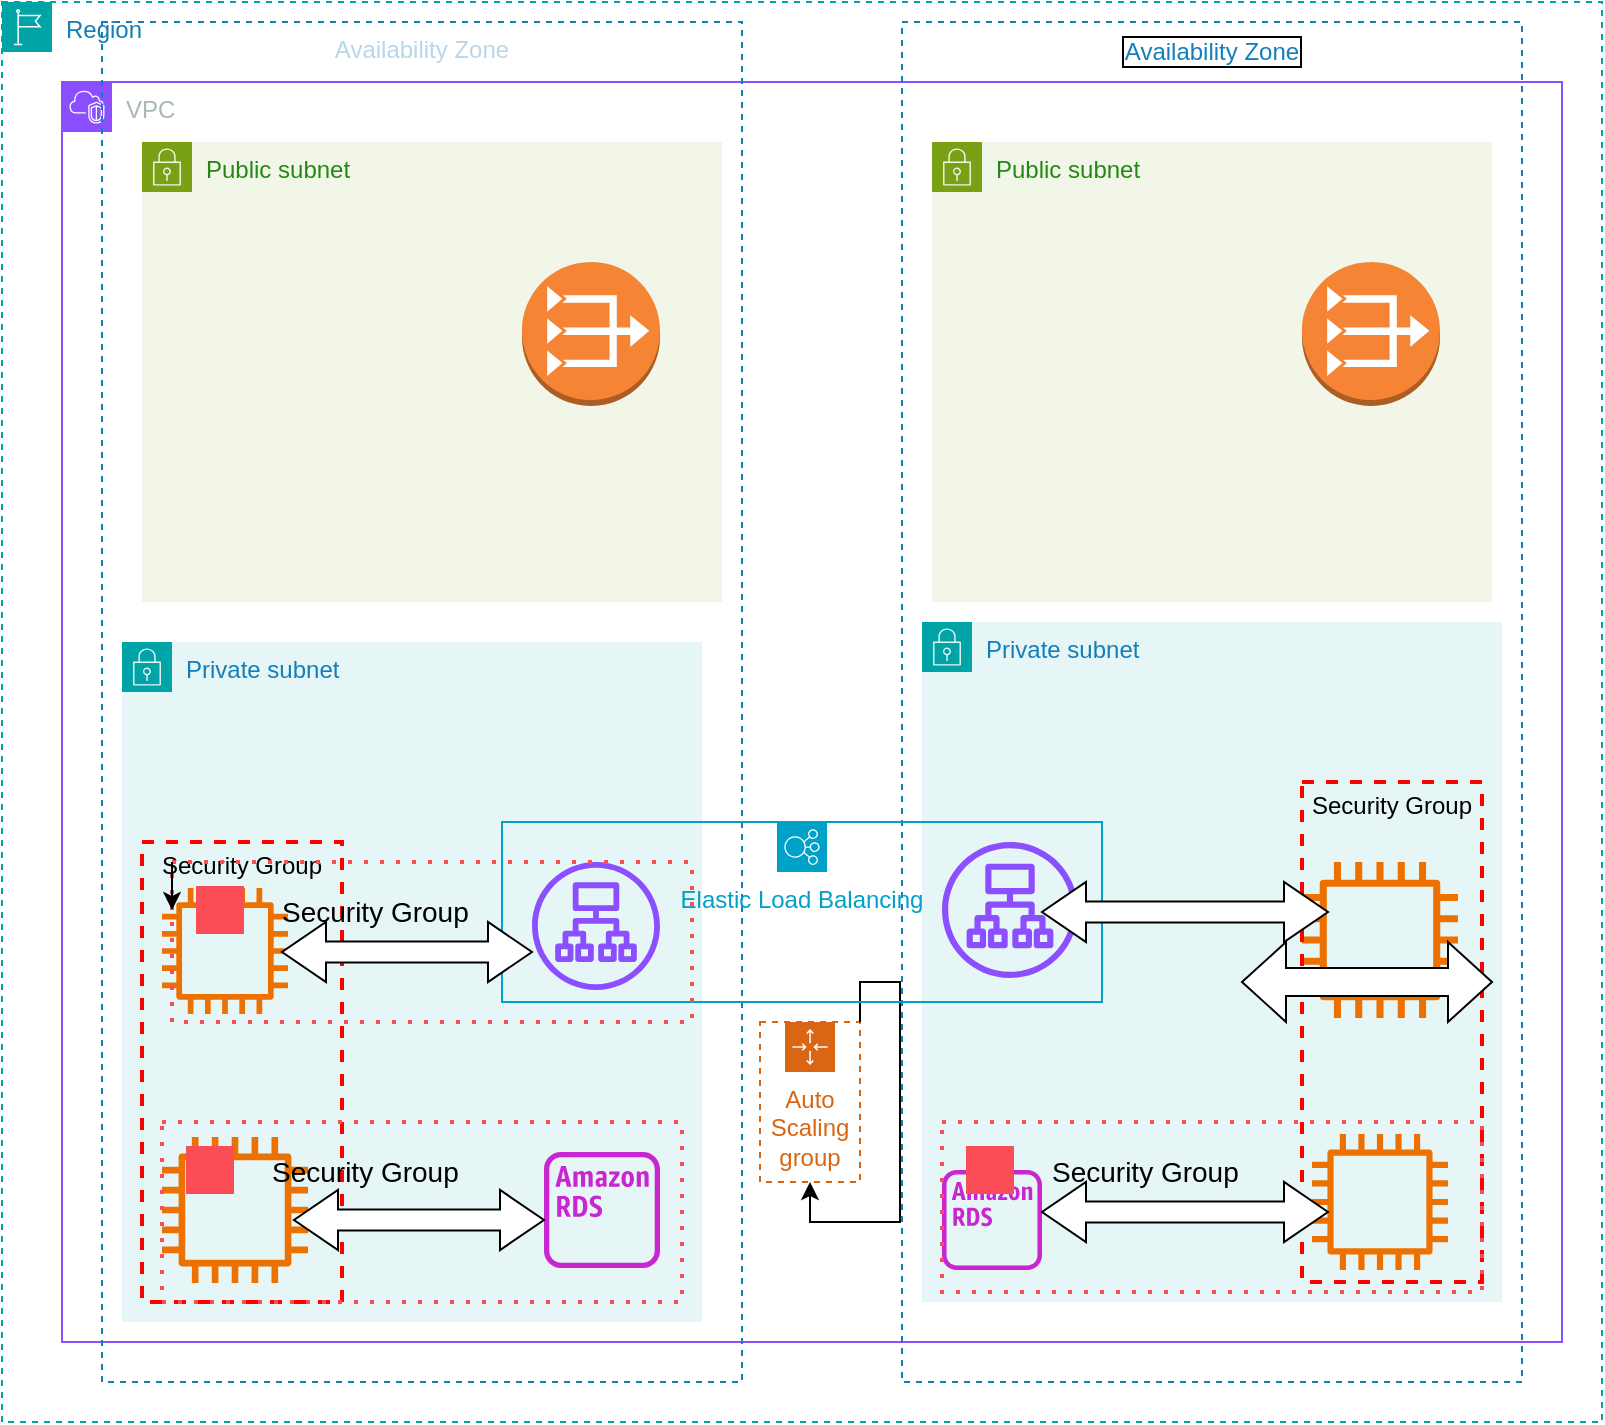
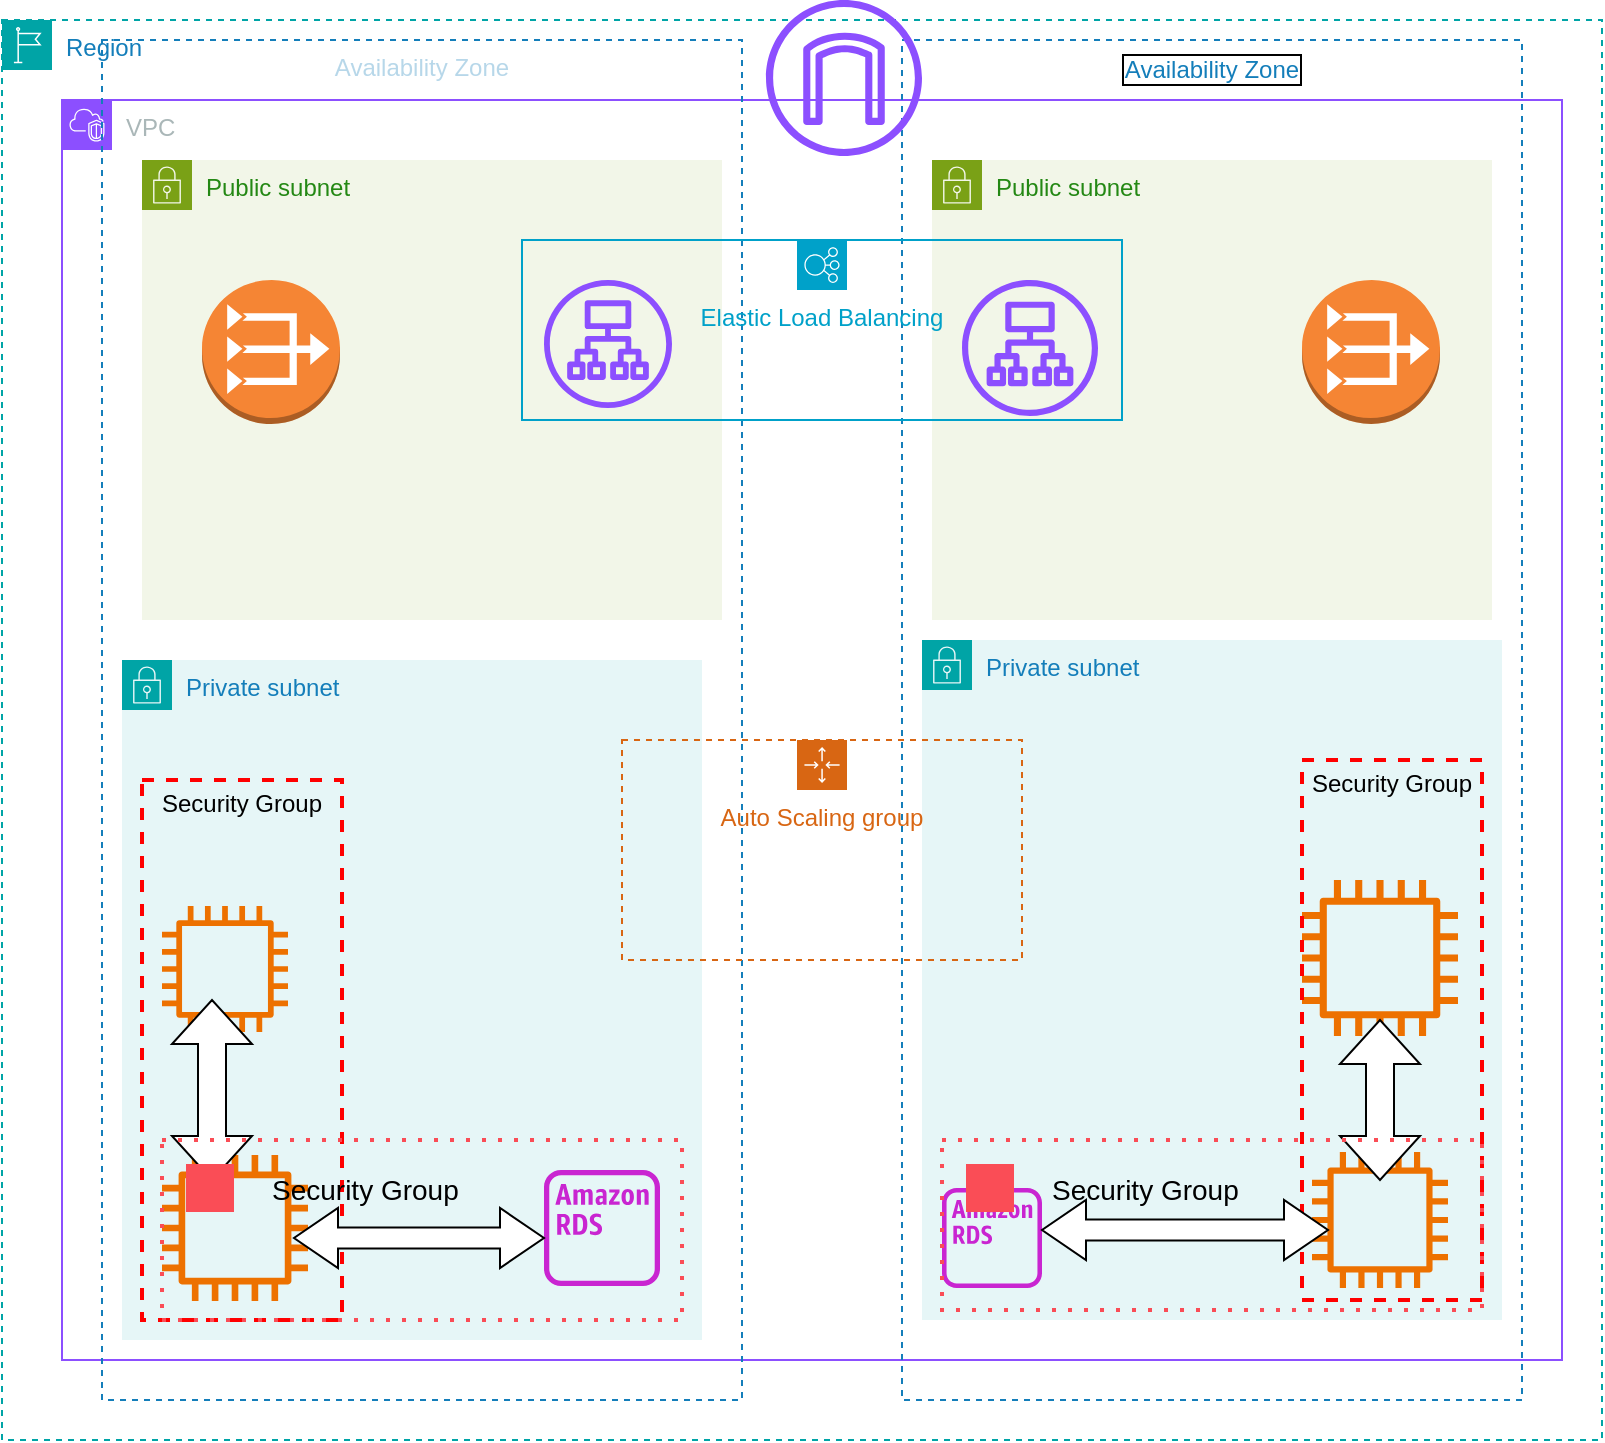
<mxfile host="app.diagrams.net">
  <diagram name="Page-1" id="BUnj-SovnAgL4HItwGfW">
    <mxGraphModel dx="1387" dy="764" grid="1" gridSize="10" guides="1" tooltips="1" connect="1" arrows="1" fold="1" page="1" pageScale="1" pageWidth="827" pageHeight="1169" background="light-dark(#FFFFFF,#FFFFFF)" math="0" shadow="0">
      <root>
        <mxCell id="0" />
        <mxCell id="1" parent="0" />
        <mxCell id="-f1VzxNT4uySZR46Qj1q-65" parent="1" style="points=[[0,0],[0.25,0],[0.5,0],[0.75,0],[1,0],[1,0.25],[1,0.5],[1,0.75],[1,1],[0.75,1],[0.5,1],[0.25,1],[0,1],[0,0.75],[0,0.5],[0,0.25]];outlineConnect=0;gradientColor=none;html=1;whiteSpace=wrap;fontSize=12;fontStyle=0;container=1;pointerEvents=0;collapsible=0;recursiveResize=0;shape=mxgraph.aws4.group;grIcon=mxgraph.aws4.group_region;strokeColor=#00A4A6;fillColor=none;verticalAlign=top;align=left;spacingLeft=30;fontColor=#147EBA;dashed=1;" value="Region" vertex="1">
          <mxGeometry height="710" width="800" x="10" y="10" as="geometry" />
        </mxCell>
        <mxCell id="-f1VzxNT4uySZR46Qj1q-66" parent="1" style="points=[[0,0],[0.25,0],[0.5,0],[0.75,0],[1,0],[1,0.25],[1,0.5],[1,0.75],[1,1],[0.75,1],[0.5,1],[0.25,1],[0,1],[0,0.75],[0,0.5],[0,0.25]];outlineConnect=0;gradientColor=none;html=1;whiteSpace=wrap;fontSize=12;fontStyle=0;container=1;pointerEvents=0;collapsible=0;recursiveResize=0;shape=mxgraph.aws4.group;grIcon=mxgraph.aws4.group_vpc2;strokeColor=#8C4FFF;fillColor=none;verticalAlign=top;align=left;spacingLeft=30;fontColor=#AAB7B8;dashed=0;" value="VPC" vertex="1">
          <mxGeometry height="630" width="750" x="40" y="50" as="geometry" />
        </mxCell>
-         <mxCell id="-f1VzxNT4uySZR46Qj1q-110" parent="-f1VzxNT4uySZR46Qj1q-66" style="points=[[0,0],[0.25,0],[0.5,0],[0.75,0],[1,0],[1,0.25],[1,0.5],[1,0.75],[1,1],[0.75,1],[0.5,1],[0.25,1],[0,1],[0,0.75],[0,0.5],[0,0.25]];outlineConnect=0;gradientColor=none;html=1;whiteSpace=wrap;fontSize=12;fontStyle=0;container=1;pointerEvents=0;collapsible=0;recursiveResize=0;shape=mxgraph.aws4.groupCenter;grIcon=mxgraph.aws4.group_auto_scaling_group;grStroke=1;strokeColor=#D86613;fillColor=none;verticalAlign=top;align=center;fontColor=#D86613;dashed=1;spacingTop=25;" value="Auto Scaling group" vertex="1">
-           <mxGeometry height="80" width="50" x="349" y="470" as="geometry" />
-         </mxCell>
-         <mxCell id="-f1VzxNT4uySZR46Qj1q-111" edge="1" parent="-f1VzxNT4uySZR46Qj1q-66" source="-f1VzxNT4uySZR46Qj1q-110" style="edgeStyle=orthogonalEdgeStyle;rounded=0;orthogonalLoop=1;jettySize=auto;html=1;innerLoopWaypoints=1;exitX=1;exitY=0;exitDx=0;exitDy=0;" target="-f1VzxNT4uySZR46Qj1q-110">
-           <mxGeometry relative="1" as="geometry" />
-         </mxCell>
-         <mxCell id="-f1VzxNT4uySZR46Qj1q-67" parent="1" style="fillColor=none;strokeColor=#147EBA;dashed=1;verticalAlign=top;fontStyle=0;fontColor=#147EBA;whiteSpace=wrap;html=1;textOpacity=30;" value="Availability Zone" vertex="1">
+         <mxCell id="-f1VzxNT4uySZR46Qj1q-67" parent="1" style="fillColor=none;strokeColor=#147EBA;dashed=1;verticalAlign=top;fontStyle=0;fontColor=light-dark(#147EBA,#99004D);whiteSpace=wrap;html=1;textOpacity=30;" value="Availability Zone" vertex="1">
          <mxGeometry height="680" width="320" x="60" y="20" as="geometry" />
        </mxCell>
        <mxCell id="-f1VzxNT4uySZR46Qj1q-68" parent="1" style="fillColor=none;strokeColor=#147EBA;dashed=1;verticalAlign=top;fontStyle=0;fontColor=light-dark(#147EBA,#CC0000);whiteSpace=wrap;html=1;labelBorderColor=light-dark(#000000,#FF0080);labelBackgroundColor=none;" value="Availability Zone" vertex="1">
          <mxGeometry height="680" width="310" x="460" y="20" as="geometry" />
        </mxCell>
        <mxCell id="-f1VzxNT4uySZR46Qj1q-70" parent="1" style="points=[[0,0],[0.25,0],[0.5,0],[0.75,0],[1,0],[1,0.25],[1,0.5],[1,0.75],[1,1],[0.75,1],[0.5,1],[0.25,1],[0,1],[0,0.75],[0,0.5],[0,0.25]];outlineConnect=0;gradientColor=none;html=1;whiteSpace=wrap;fontSize=12;fontStyle=0;container=1;pointerEvents=0;collapsible=0;recursiveResize=0;shape=mxgraph.aws4.group;grIcon=mxgraph.aws4.group_security_group;grStroke=0;strokeColor=#00A4A6;fillColor=#E6F6F7;verticalAlign=top;align=left;spacingLeft=30;fontColor=#147EBA;dashed=0;" value="Private subnet" vertex="1">
          <mxGeometry height="340" width="290" x="470" y="320" as="geometry" />
        </mxCell>
        <mxCell id="-f1VzxNT4uySZR46Qj1q-87" parent="-f1VzxNT4uySZR46Qj1q-70" style="sketch=0;outlineConnect=0;fontColor=#232F3E;gradientColor=none;fillColor=#ED7100;strokeColor=none;dashed=0;verticalLabelPosition=bottom;verticalAlign=top;align=center;html=1;fontSize=12;fontStyle=0;aspect=fixed;pointerEvents=1;shape=mxgraph.aws4.instance2;" value="" vertex="1">
          <mxGeometry height="78" width="78" x="190" y="120" as="geometry" />
        </mxCell>
        <mxCell id="-f1VzxNT4uySZR46Qj1q-88" parent="-f1VzxNT4uySZR46Qj1q-70" style="sketch=0;outlineConnect=0;fontColor=#232F3E;gradientColor=none;fillColor=#ED7100;strokeColor=none;dashed=0;verticalLabelPosition=bottom;verticalAlign=top;align=center;html=1;fontSize=12;fontStyle=0;aspect=fixed;pointerEvents=1;shape=mxgraph.aws4.instance2;" value="" vertex="1">
          <mxGeometry height="68" width="68" x="195" y="256" as="geometry" />
        </mxCell>
        <mxCell id="-f1VzxNT4uySZR46Qj1q-90" parent="-f1VzxNT4uySZR46Qj1q-70" style="sketch=0;outlineConnect=0;fontColor=#232F3E;gradientColor=none;fillColor=#C925D1;strokeColor=none;dashed=0;verticalLabelPosition=bottom;verticalAlign=top;align=center;html=1;fontSize=12;fontStyle=0;aspect=fixed;pointerEvents=1;shape=mxgraph.aws4.rds_instance_alt;" value="" vertex="1">
          <mxGeometry height="50" width="50" x="10" y="274" as="geometry" />
        </mxCell>
-         <mxCell id="-f1VzxNT4uySZR46Qj1q-92" parent="-f1VzxNT4uySZR46Qj1q-70" style="sketch=0;outlineConnect=0;fontColor=#232F3E;gradientColor=none;fillColor=#8C4FFF;strokeColor=none;dashed=0;verticalLabelPosition=bottom;verticalAlign=top;align=center;html=1;fontSize=12;fontStyle=0;aspect=fixed;pointerEvents=1;shape=mxgraph.aws4.application_load_balancer;" value="" vertex="1">
-           <mxGeometry height="68" width="68" x="10" y="110" as="geometry" />
+         <mxCell id="-f1VzxNT4uySZR46Qj1q-100" parent="-f1VzxNT4uySZR46Qj1q-70" style="fontStyle=0;verticalAlign=top;align=center;spacingTop=-2;fillColor=none;rounded=0;whiteSpace=wrap;html=1;strokeColor=#FF0000;strokeWidth=2;dashed=1;container=1;collapsible=0;expand=0;recursiveResize=0;" value="Security Group" vertex="1">
+           <mxGeometry height="270" width="90" x="190" y="60" as="geometry" />
        </mxCell>
-         <mxCell id="-f1VzxNT4uySZR46Qj1q-100" parent="-f1VzxNT4uySZR46Qj1q-70" style="fontStyle=0;verticalAlign=top;align=center;spacingTop=-2;fillColor=none;rounded=0;whiteSpace=wrap;html=1;strokeColor=#FF0000;strokeWidth=2;dashed=1;container=1;collapsible=0;expand=0;recursiveResize=0;" value="Security Group" vertex="1">
-           <mxGeometry height="250" width="90" x="190" y="80" as="geometry" />
-         </mxCell>
-         <mxCell id="-f1VzxNT4uySZR46Qj1q-130" parent="-f1VzxNT4uySZR46Qj1q-100" style="html=1;shadow=0;dashed=0;align=center;verticalAlign=middle;shape=mxgraph.arrows2.twoWayArrow;dy=0.65;dx=22;" value="" vertex="1">
-           <mxGeometry height="40" width="125" x="-30" y="80" as="geometry" />
+         <mxCell id="-f1VzxNT4uySZR46Qj1q-130" parent="-f1VzxNT4uySZR46Qj1q-100" style="html=1;shadow=0;dashed=0;align=center;verticalAlign=middle;shape=mxgraph.arrows2.twoWayArrow;dy=0.65;dx=22;direction=south;" value="" vertex="1">
+           <mxGeometry height="80" width="40" x="19" y="130" as="geometry" />
        </mxCell>
        <mxCell id="-f1VzxNT4uySZR46Qj1q-71" parent="1" style="points=[[0,0],[0.25,0],[0.5,0],[0.75,0],[1,0],[1,0.25],[1,0.5],[1,0.75],[1,1],[0.75,1],[0.5,1],[0.25,1],[0,1],[0,0.75],[0,0.5],[0,0.25]];outlineConnect=0;gradientColor=none;html=1;whiteSpace=wrap;fontSize=12;fontStyle=0;container=1;pointerEvents=0;collapsible=0;recursiveResize=0;shape=mxgraph.aws4.group;grIcon=mxgraph.aws4.group_security_group;grStroke=0;strokeColor=#7AA116;fillColor=#F2F6E8;verticalAlign=top;align=left;spacingLeft=30;fontColor=#248814;dashed=0;" value="Public subnet" vertex="1">
          <mxGeometry height="230" width="290" x="80" y="80" as="geometry" />
        </mxCell>
        <mxCell id="-f1VzxNT4uySZR46Qj1q-74" parent="-f1VzxNT4uySZR46Qj1q-71" style="outlineConnect=0;dashed=0;verticalLabelPosition=bottom;verticalAlign=top;align=center;html=1;shape=mxgraph.aws3.vpc_nat_gateway;fillColor=#F58534;gradientColor=none;" value="" vertex="1">
-           <mxGeometry height="72" width="69" x="190" y="60" as="geometry" />
+           <mxGeometry height="72" width="69" x="30" y="60" as="geometry" />
        </mxCell>
        <mxCell id="-f1VzxNT4uySZR46Qj1q-72" parent="1" style="points=[[0,0],[0.25,0],[0.5,0],[0.75,0],[1,0],[1,0.25],[1,0.5],[1,0.75],[1,1],[0.75,1],[0.5,1],[0.25,1],[0,1],[0,0.75],[0,0.5],[0,0.25]];outlineConnect=0;gradientColor=none;html=1;whiteSpace=wrap;fontSize=12;fontStyle=0;container=1;pointerEvents=0;collapsible=0;recursiveResize=0;shape=mxgraph.aws4.group;grIcon=mxgraph.aws4.group_security_group;grStroke=0;strokeColor=#7AA116;fillColor=#F2F6E8;verticalAlign=top;align=left;spacingLeft=30;fontColor=#248814;dashed=0;" value="Public subnet" vertex="1">
          <mxGeometry height="230" width="280" x="475" y="80" as="geometry" />
        </mxCell>
        <mxCell id="-f1VzxNT4uySZR46Qj1q-75" parent="-f1VzxNT4uySZR46Qj1q-72" style="outlineConnect=0;dashed=0;verticalLabelPosition=bottom;verticalAlign=top;align=center;html=1;shape=mxgraph.aws3.vpc_nat_gateway;fillColor=#F58534;gradientColor=none;" value="" vertex="1">
          <mxGeometry height="72" width="69" x="185" y="60" as="geometry" />
        </mxCell>
        <mxCell id="-f1VzxNT4uySZR46Qj1q-82" parent="1" style="points=[[0,0],[0.25,0],[0.5,0],[0.75,0],[1,0],[1,0.25],[1,0.5],[1,0.75],[1,1],[0.75,1],[0.5,1],[0.25,1],[0,1],[0,0.75],[0,0.5],[0,0.25]];outlineConnect=0;gradientColor=none;html=1;whiteSpace=wrap;fontSize=12;fontStyle=0;container=1;pointerEvents=0;collapsible=0;recursiveResize=0;shape=mxgraph.aws4.group;grIcon=mxgraph.aws4.group_security_group;grStroke=0;strokeColor=#00A4A6;fillColor=#E6F6F7;verticalAlign=top;align=left;spacingLeft=30;fontColor=#147EBA;dashed=0;" value="Private subnet" vertex="1">
          <mxGeometry height="340" width="290" x="70" y="330" as="geometry" />
        </mxCell>
        <mxCell id="-f1VzxNT4uySZR46Qj1q-85" parent="-f1VzxNT4uySZR46Qj1q-82" style="sketch=0;outlineConnect=0;fontColor=#232F3E;gradientColor=none;fillColor=#ED7100;strokeColor=none;dashed=0;verticalLabelPosition=bottom;verticalAlign=top;align=center;html=1;fontSize=12;fontStyle=0;aspect=fixed;pointerEvents=1;shape=mxgraph.aws4.instance2;" value="" vertex="1">
          <mxGeometry height="63" width="63" x="20" y="123" as="geometry" />
        </mxCell>
        <mxCell id="-f1VzxNT4uySZR46Qj1q-86" parent="-f1VzxNT4uySZR46Qj1q-82" style="sketch=0;outlineConnect=0;fontColor=#232F3E;gradientColor=none;fillColor=#ED7100;strokeColor=none;dashed=0;verticalLabelPosition=bottom;verticalAlign=top;align=center;html=1;fontSize=12;fontStyle=0;aspect=fixed;pointerEvents=1;shape=mxgraph.aws4.instance2;" value="" vertex="1">
          <mxGeometry height="73" width="73" x="20" y="247.5" as="geometry" />
        </mxCell>
        <mxCell id="-f1VzxNT4uySZR46Qj1q-89" parent="-f1VzxNT4uySZR46Qj1q-82" style="sketch=0;outlineConnect=0;fontColor=#232F3E;gradientColor=none;fillColor=#C925D1;strokeColor=none;dashed=0;verticalLabelPosition=bottom;verticalAlign=top;align=center;html=1;fontSize=12;fontStyle=0;aspect=fixed;pointerEvents=1;shape=mxgraph.aws4.rds_instance_alt;" value="" vertex="1">
          <mxGeometry height="58" width="58" x="211" y="255" as="geometry" />
        </mxCell>
-         <mxCell id="-f1VzxNT4uySZR46Qj1q-91" parent="-f1VzxNT4uySZR46Qj1q-82" style="sketch=0;outlineConnect=0;fontColor=#232F3E;gradientColor=none;fillColor=#8C4FFF;strokeColor=none;dashed=0;verticalLabelPosition=bottom;verticalAlign=top;align=center;html=1;fontSize=12;fontStyle=0;aspect=fixed;pointerEvents=1;shape=mxgraph.aws4.application_load_balancer;" value="" vertex="1">
-           <mxGeometry height="64" width="64" x="205" y="110" as="geometry" />
+         <mxCell id="-f1VzxNT4uySZR46Qj1q-101" parent="1" style="fontStyle=0;verticalAlign=top;align=center;spacingTop=-2;fillColor=none;rounded=0;whiteSpace=wrap;html=1;strokeColor=#FF0000;strokeWidth=2;dashed=1;container=1;collapsible=0;expand=0;recursiveResize=0;" value="Security Group" vertex="1">
+           <mxGeometry height="270" width="100" x="80" y="390" as="geometry" />
        </mxCell>
-         <mxCell id="-f1VzxNT4uySZR46Qj1q-101" parent="1" style="fontStyle=0;verticalAlign=top;align=center;spacingTop=-2;fillColor=none;rounded=0;whiteSpace=wrap;html=1;strokeColor=#FF0000;strokeWidth=2;dashed=1;container=1;collapsible=0;expand=0;recursiveResize=0;" value="Security Group" vertex="1">
-           <mxGeometry height="230" width="100" x="80" y="430" as="geometry" />
+         <mxCell id="-f1VzxNT4uySZR46Qj1q-132" parent="-f1VzxNT4uySZR46Qj1q-101" style="html=1;shadow=0;dashed=0;align=center;verticalAlign=middle;shape=mxgraph.arrows2.twoWayArrow;dy=0.65;dx=22;direction=south;" value="" vertex="1">
+           <mxGeometry height="90" width="40" x="15" y="110" as="geometry" />
        </mxCell>
        <mxCell id="-f1VzxNT4uySZR46Qj1q-102" parent="1" style="container=1;collapsible=0;expand=0;recursiveResize=0;html=1;whiteSpace=wrap;strokeColor=#FA4D56;fillColor=none;dashed=1;dashPattern=1 3;strokeWidth=2" value="" vertex="1">
          <mxGeometry height="90" width="260" x="90" y="570" as="geometry" />
        </mxCell>
        <mxCell id="-f1VzxNT4uySZR46Qj1q-103" parent="-f1VzxNT4uySZR46Qj1q-102" style="shape=rect;fillColor=none;aspect=fixed;resizable=0;labelPosition=right;verticalLabelPosition=middle;align=left;verticalAlign=middle;strokeColor=none;part=1;spacingLeft=5;fontSize=14;" value="Security Group" vertex="1">
          <mxGeometry height="48" relative="1" width="48" as="geometry" />
        </mxCell>
        <mxCell id="-f1VzxNT4uySZR46Qj1q-104" parent="-f1VzxNT4uySZR46Qj1q-103" style="fillColor=#FA4D56;shape=mxgraph.ibm_cloud.group--security;strokeColor=none;dashed=0;outlineConnect=0;html=1;labelPosition=center;verticalLabelPosition=bottom;verticalAlign=top;part=1;movable=0;resizable=0;rotatable=0;" value="" vertex="1">
          <mxGeometry height="24" relative="1" width="24" as="geometry">
            <mxPoint x="12" y="12" as="offset" />
          </mxGeometry>
        </mxCell>
        <mxCell id="-f1VzxNT4uySZR46Qj1q-122" parent="-f1VzxNT4uySZR46Qj1q-102" style="html=1;shadow=0;dashed=0;align=center;verticalAlign=middle;shape=mxgraph.arrows2.twoWayArrow;dy=0.65;dx=22;autosizeText=0;spacing=1;textOpacity=50;" value="" vertex="1">
          <mxGeometry height="30" width="125" x="66" y="34" as="geometry" />
        </mxCell>
        <mxCell id="-f1VzxNT4uySZR46Qj1q-105" parent="1" style="container=1;collapsible=0;expand=0;recursiveResize=0;html=1;whiteSpace=wrap;strokeColor=#FA4D56;fillColor=none;dashed=1;dashPattern=1 3;strokeWidth=2" value="" vertex="1">
          <mxGeometry height="85" width="270" x="480" y="570" as="geometry" />
        </mxCell>
        <mxCell id="-f1VzxNT4uySZR46Qj1q-106" parent="-f1VzxNT4uySZR46Qj1q-105" style="shape=rect;fillColor=none;aspect=fixed;resizable=0;labelPosition=right;verticalLabelPosition=middle;align=left;verticalAlign=middle;strokeColor=none;part=1;spacingLeft=5;fontSize=14;" value="Security Group" vertex="1">
          <mxGeometry height="48" relative="1" width="48" as="geometry" />
        </mxCell>
        <mxCell id="-f1VzxNT4uySZR46Qj1q-107" parent="-f1VzxNT4uySZR46Qj1q-106" style="fillColor=#FA4D56;shape=mxgraph.ibm_cloud.group--security;strokeColor=none;dashed=0;outlineConnect=0;html=1;labelPosition=center;verticalLabelPosition=bottom;verticalAlign=top;part=1;movable=0;resizable=0;rotatable=0;" value="" vertex="1">
          <mxGeometry height="24" relative="1" width="24" as="geometry">
            <mxPoint x="12" y="12" as="offset" />
          </mxGeometry>
        </mxCell>
        <mxCell id="-f1VzxNT4uySZR46Qj1q-123" parent="-f1VzxNT4uySZR46Qj1q-105" style="html=1;shadow=0;dashed=0;align=center;verticalAlign=middle;shape=mxgraph.arrows2.twoWayArrow;dy=0.65;dx=22;autosizeText=0;spacing=1;textOpacity=50;" value="" vertex="1">
          <mxGeometry height="30" width="143" x="50" y="30" as="geometry" />
        </mxCell>
-         <mxCell id="-f1VzxNT4uySZR46Qj1q-109" parent="1" style="sketch=0;outlineConnect=0;gradientColor=none;html=1;whiteSpace=wrap;fontSize=12;fontStyle=0;shape=mxgraph.aws4.groupCenter;grIcon=mxgraph.aws4.group_elastic_load_balancing;grStroke=1;strokeColor=#00A1C9;fillColor=none;verticalAlign=top;align=center;fontColor=#00A1C9;dashed=0;spacingTop=25;" value="Elastic Load Balancing" vertex="1">
-           <mxGeometry height="90" width="300" x="260" y="420" as="geometry" />
+         <mxCell id="-f1VzxNT4uySZR46Qj1q-92" parent="1" style="sketch=0;outlineConnect=0;fontColor=#232F3E;gradientColor=none;fillColor=#8C4FFF;strokeColor=none;dashed=0;verticalLabelPosition=bottom;verticalAlign=top;align=center;html=1;fontSize=12;fontStyle=0;aspect=fixed;pointerEvents=1;shape=mxgraph.aws4.application_load_balancer;" value="" vertex="1">
+           <mxGeometry height="68" width="68" x="490" y="140" as="geometry" />
        </mxCell>
-         <mxCell id="-f1VzxNT4uySZR46Qj1q-112" parent="1" style="container=1;collapsible=0;expand=0;recursiveResize=0;html=1;whiteSpace=wrap;strokeColor=#FA4D56;fillColor=none;dashed=1;dashPattern=1 3;strokeWidth=2" value="" vertex="1">
-           <mxGeometry height="80" width="260" x="95" y="440" as="geometry" />
+         <mxCell id="-f1VzxNT4uySZR46Qj1q-91" parent="1" style="sketch=0;outlineConnect=0;fontColor=#232F3E;gradientColor=none;fillColor=#8C4FFF;strokeColor=none;dashed=0;verticalLabelPosition=bottom;verticalAlign=top;align=center;html=1;fontSize=12;fontStyle=0;aspect=fixed;pointerEvents=1;shape=mxgraph.aws4.application_load_balancer;" value="" vertex="1">
+           <mxGeometry height="64" width="64" x="281" y="140" as="geometry" />
        </mxCell>
-         <mxCell id="-f1VzxNT4uySZR46Qj1q-113" parent="-f1VzxNT4uySZR46Qj1q-112" style="shape=rect;fillColor=none;aspect=fixed;resizable=0;labelPosition=right;verticalLabelPosition=middle;align=left;verticalAlign=middle;strokeColor=none;part=1;spacingLeft=5;fontSize=14;" value="Security Group" vertex="1">
-           <mxGeometry height="48" relative="1" width="48" as="geometry" />
+         <mxCell id="-f1VzxNT4uySZR46Qj1q-133" parent="1" style="sketch=0;outlineConnect=0;gradientColor=none;html=1;whiteSpace=wrap;fontSize=12;fontStyle=0;shape=mxgraph.aws4.groupCenter;grIcon=mxgraph.aws4.group_elastic_load_balancing;grStroke=1;strokeColor=#00A1C9;fillColor=none;verticalAlign=top;align=center;fontColor=#00A1C9;dashed=0;spacingTop=25;" value="Elastic Load Balancing" vertex="1">
+           <mxGeometry height="90" width="300" x="270" y="120" as="geometry" />
        </mxCell>
-         <mxCell id="-f1VzxNT4uySZR46Qj1q-114" parent="-f1VzxNT4uySZR46Qj1q-113" style="fillColor=#FA4D56;shape=mxgraph.ibm_cloud.group--security;strokeColor=none;dashed=0;outlineConnect=0;html=1;labelPosition=center;verticalLabelPosition=bottom;verticalAlign=top;part=1;movable=0;resizable=0;rotatable=0;" value="" vertex="1">
-           <mxGeometry height="24" relative="1" width="24" as="geometry">
-             <mxPoint x="12" y="12" as="offset" />
-           </mxGeometry>
+         <mxCell id="-f1VzxNT4uySZR46Qj1q-134" parent="1" style="points=[[0,0],[0.25,0],[0.5,0],[0.75,0],[1,0],[1,0.25],[1,0.5],[1,0.75],[1,1],[0.75,1],[0.5,1],[0.25,1],[0,1],[0,0.75],[0,0.5],[0,0.25]];outlineConnect=0;gradientColor=none;html=1;whiteSpace=wrap;fontSize=12;fontStyle=0;container=1;pointerEvents=0;collapsible=0;recursiveResize=0;shape=mxgraph.aws4.groupCenter;grIcon=mxgraph.aws4.group_auto_scaling_group;grStroke=1;strokeColor=#D86613;fillColor=none;verticalAlign=top;align=center;fontColor=#D86613;dashed=1;spacingTop=25;" value="Auto Scaling group" vertex="1">
+           <mxGeometry height="110" width="200" x="320" y="370" as="geometry" />
        </mxCell>
-         <mxCell id="-f1VzxNT4uySZR46Qj1q-115" edge="1" parent="-f1VzxNT4uySZR46Qj1q-112" source="-f1VzxNT4uySZR46Qj1q-113" style="edgeStyle=orthogonalEdgeStyle;rounded=0;orthogonalLoop=1;jettySize=auto;html=1;innerLoopWaypoints=1;exitX=0;exitY=0;exitDx=0;exitDy=0;entryX=0;entryY=0.5;entryDx=0;entryDy=0;" target="-f1VzxNT4uySZR46Qj1q-113">
-           <mxGeometry relative="1" as="geometry" />
-         </mxCell>
-         <mxCell id="-f1VzxNT4uySZR46Qj1q-121" parent="-f1VzxNT4uySZR46Qj1q-112" style="html=1;shadow=0;dashed=0;align=center;verticalAlign=middle;shape=mxgraph.arrows2.twoWayArrow;dy=0.65;dx=22;autosizeText=0;spacing=1;textOpacity=50;" value="" vertex="1">
-           <mxGeometry height="30" width="125" x="55" y="30" as="geometry" />
-         </mxCell>
-         <mxCell id="-f1VzxNT4uySZR46Qj1q-128" parent="1" style="html=1;shadow=0;dashed=0;align=center;verticalAlign=middle;shape=mxgraph.arrows2.twoWayArrow;dy=0.65;dx=22;autosizeText=0;spacing=1;textOpacity=50;" value="" vertex="1">
-           <mxGeometry height="30" width="143" x="530" y="450" as="geometry" />
+         <mxCell id="-f1VzxNT4uySZR46Qj1q-138" parent="1" style="sketch=0;outlineConnect=0;fontColor=#232F3E;gradientColor=none;fillColor=#8C4FFF;strokeColor=none;dashed=0;verticalLabelPosition=bottom;verticalAlign=top;align=center;html=1;fontSize=12;fontStyle=0;aspect=fixed;pointerEvents=1;shape=mxgraph.aws4.internet_gateway;" value="" vertex="1">
+           <mxGeometry height="78" width="78" x="392" as="geometry" />
        </mxCell>
      </root>
    </mxGraphModel>
  </diagram>
</mxfile>
